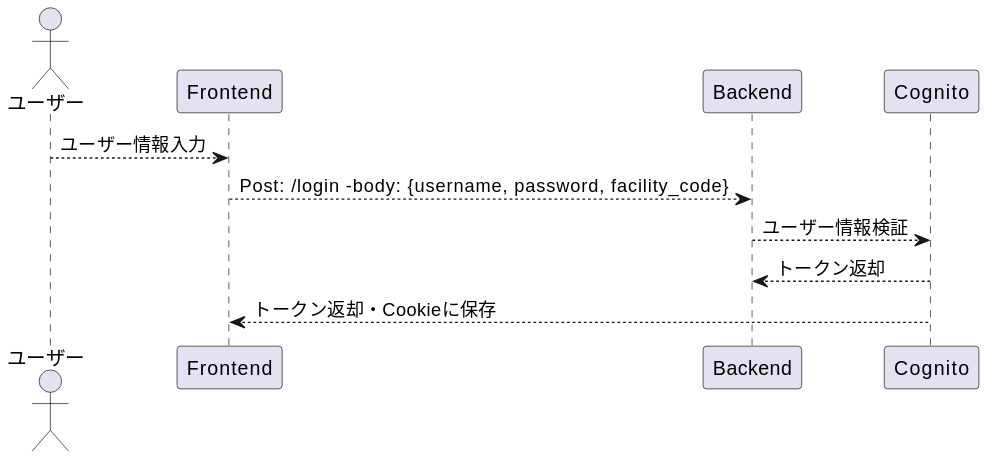
Before: src/diagrams-svg/Sequence/Auth/Login.svg, a diagram exported from PlantUML (Fukuemon/buddy_design_docs). Source of this version:
```plantuml
@startuml
Actor ユーザー
Participant Frontend as Front
Participant Backend as Back
Participant Cognito

ユーザー --> Front: ユーザー情報入力
Front --> Back: Post: /login -body: {username, password, facility_code}
Back --> Cognito: ユーザー情報検証
Cognito --> Back: トークン返却
Cognito --> Front: トークン返却・Cookieに保存
@enduml
```
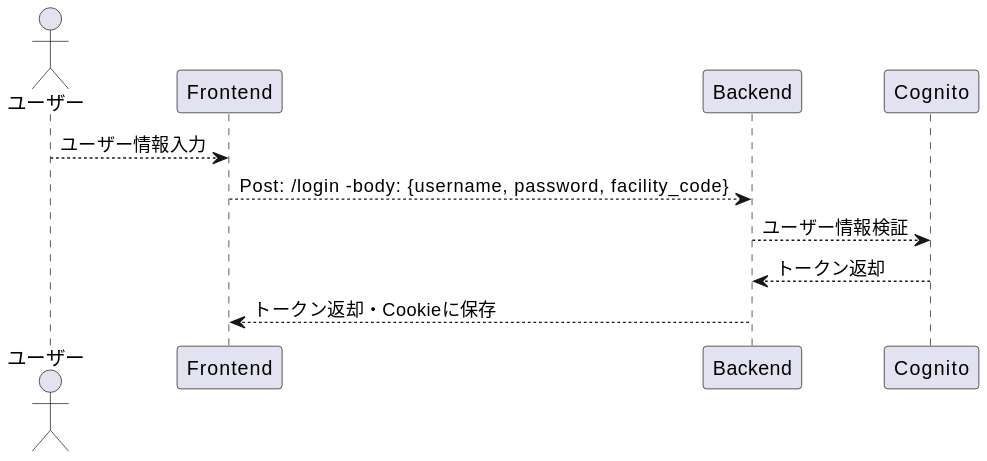
The same diagram one commit later.

Change to the diagram source:
```diff
@@ -8,5 +8,5 @@
 Front --> Back: Post: /login -body: {username, password, facility_code}
 Back --> Cognito: ユーザー情報検証
 Cognito --> Back: トークン返却
-Cognito --> Front: トークン返却・Cookieに保存
+Back --> Front: トークン返却・Cookieに保存
 @enduml
```
